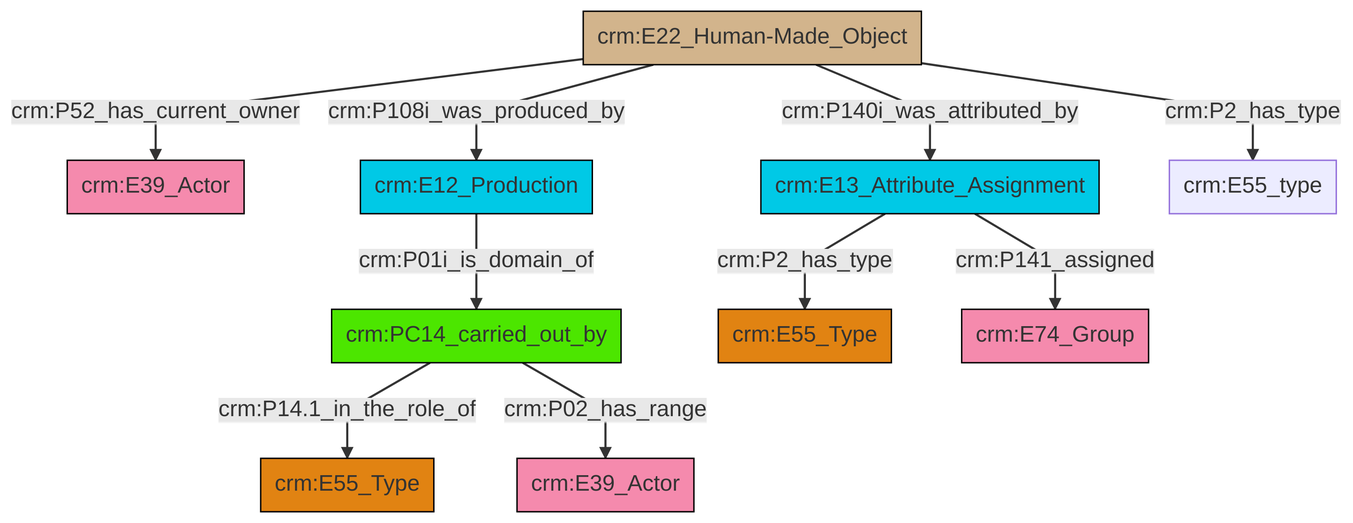
Before: et/builtWorkCSV/ttl/mmd/png/Built_Work_actor_relations.png, a diagram exported from Mermaid (swiss-art-research-net/docs.swissartresearch). Its source is kept beside it as et/builtWorkCSV/ttl/mmd/Built_Work_actor_relations.ttl.mmd.
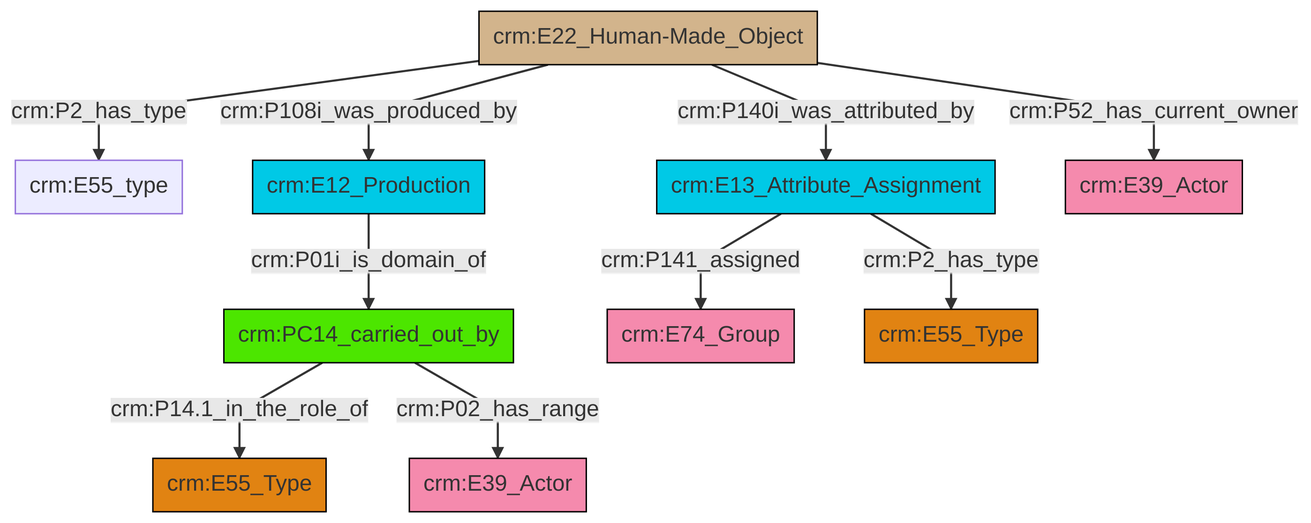
After the commit.

What changed in the source:
```diff
@@ -13,12 +13,12 @@
 classDef PC_Classes fill:#4ce600, stroke:#000000;
 classDef Multi fill:#cccccc,stroke:#000000;
 
-2["crm:E22_Human-Made_Object"]:::Physical_Thing -->|crm:P52_has_current_owner| 3["crm:E39_Actor"]:::Actor
-8["crm:E12_Production"]:::Temporal_Entity -->|crm:P01i_is_domain_of| 4["crm:PC14_carried_out_by"]:::PC_Classes
-9["crm:E13_Attribute_Assignment"]:::Temporal_Entity -->|crm:P141_assigned| 10["crm:E74_Group"]:::Actor
-2["crm:E22_Human-Made_Object"]:::Physical_Thing -->|crm:P2_has_type| 11["crm:E55_type"]:::Default
-2["crm:E22_Human-Made_Object"]:::Physical_Thing -->|crm:P108i_was_produced_by| 8["crm:E12_Production"]:::Temporal_Entity
-4["crm:PC14_carried_out_by"]:::PC_Classes -->|crm:P14.1_in_the_role_of| 0["crm:E55_Type"]:::Type
-9["crm:E13_Attribute_Assignment"]:::Temporal_Entity -->|crm:P2_has_type| 6["crm:E55_Type"]:::Type
-2["crm:E22_Human-Made_Object"]:::Physical_Thing -->|crm:P140i_was_attributed_by| 9["crm:E13_Attribute_Assignment"]:::Temporal_Entity
-4["crm:PC14_carried_out_by"]:::PC_Classes -->|crm:P02_has_range| 12["crm:E39_Actor"]:::Actor
+6["crm:E13_Attribute_Assignment"]:::Temporal_Entity -->|crm:P141_assigned| 8["crm:E74_Group"]:::Actor
+12["crm:E22_Human-Made_Object"]:::Physical_Thing -->|crm:P108i_was_produced_by| 14["crm:E12_Production"]:::Temporal_Entity
+12["crm:E22_Human-Made_Object"]:::Physical_Thing -->|crm:P2_has_type| 4["crm:E55_type"]:::Default
+14["crm:E12_Production"]:::Temporal_Entity -->|crm:P01i_is_domain_of| 2["crm:PC14_carried_out_by"]:::PC_Classes
+12["crm:E22_Human-Made_Object"]:::Physical_Thing -->|crm:P140i_was_attributed_by| 6["crm:E13_Attribute_Assignment"]:::Temporal_Entity
+2["crm:PC14_carried_out_by"]:::PC_Classes -->|crm:P14.1_in_the_role_of| 17["crm:E55_Type"]:::Type
+6["crm:E13_Attribute_Assignment"]:::Temporal_Entity -->|crm:P2_has_type| 10["crm:E55_Type"]:::Type
+12["crm:E22_Human-Made_Object"]:::Physical_Thing -->|crm:P52_has_current_owner| 18["crm:E39_Actor"]:::Actor
+2["crm:PC14_carried_out_by"]:::PC_Classes -->|crm:P02_has_range| 0["crm:E39_Actor"]:::Actor
```
